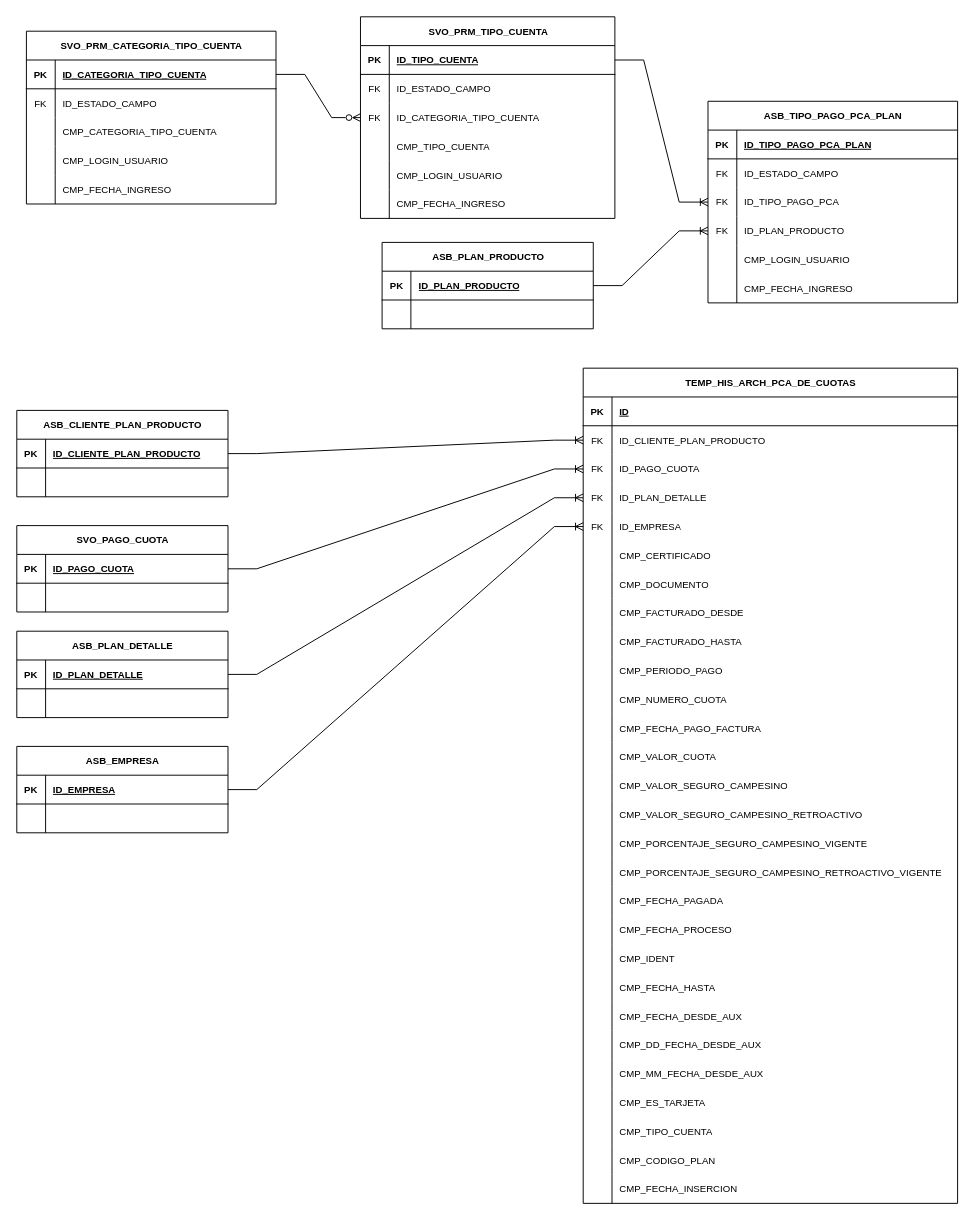
Earlier version of the draw.io diagram Diagrama_ER_PCA_Cuotas.drawio (dmateoval/Diagramas). Source tidied: cells renumbered, new cells numbered last; positions are measured from the earlier drawing's top-left corner, leaving out a move shared by most shapes. Both pictures are drawn from the tidied source at 96%, with x=0, y=0 at pixel (16, 16).
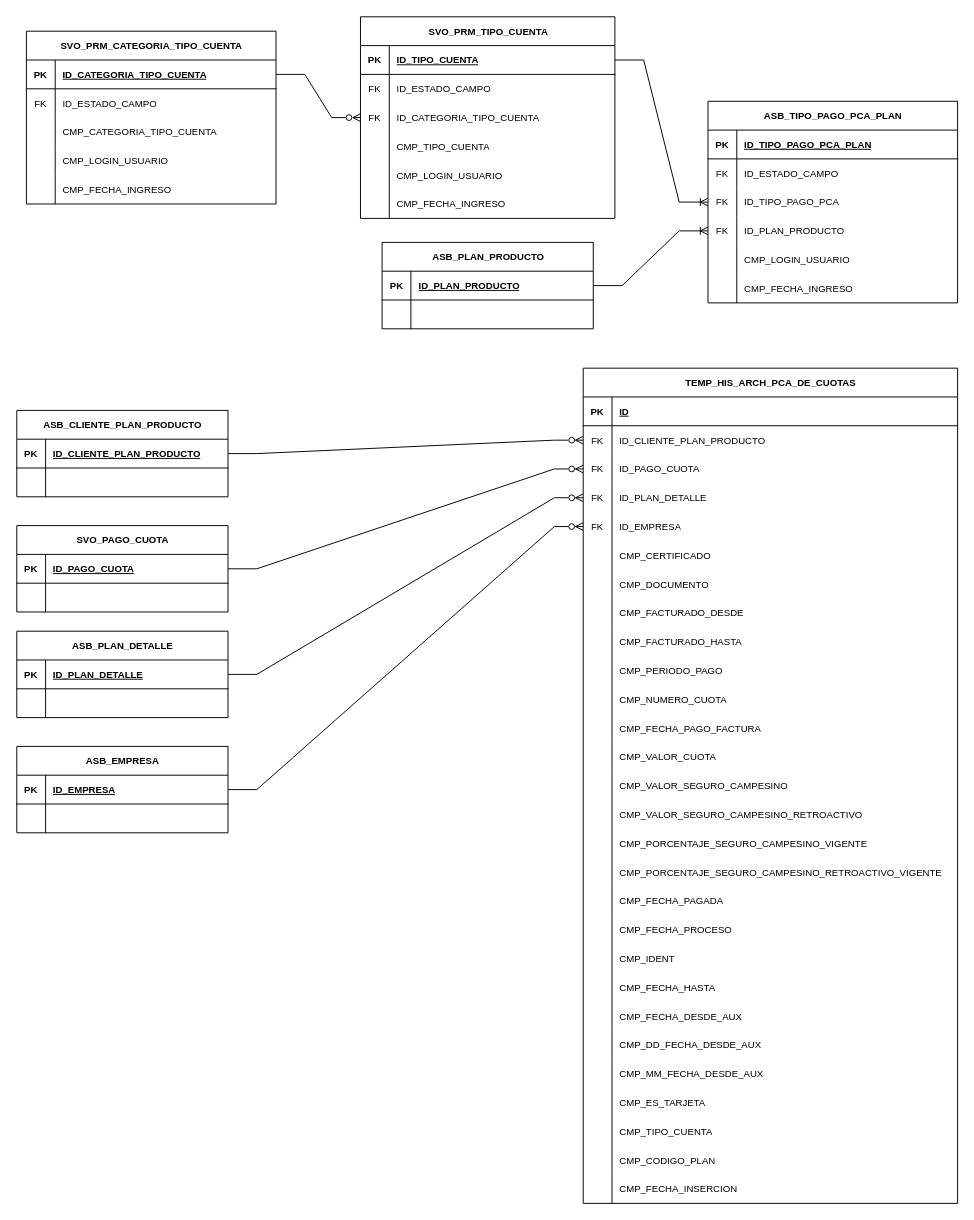
After the change.

The change refers to these unchanged cells:
```xml
<mxCell id="62" style="shape=tableRow;horizontal=0;startSize=0;swimlaneHead=0;swimlaneBody=0;fillColor=none;points=[[0,0.5],[1,0.5]];portConstraint=eastwest;top=0;left=0;right=0;bottom=0;" parent="58" vertex="1">
  <mxGeometry y="60" width="390" height="30" as="geometry" />
</mxCell>
<mxCell id="65" style="shape=tableRow;horizontal=0;startSize=0;swimlaneHead=0;swimlaneBody=0;fillColor=none;points=[[0,0.5],[1,0.5]];portConstraint=eastwest;top=0;left=0;right=0;bottom=0;" parent="58" vertex="1">
  <mxGeometry y="90" width="390" height="30" as="geometry" />
</mxCell>
<mxCell id="68" style="shape=tableRow;horizontal=0;startSize=0;swimlaneHead=0;swimlaneBody=0;fillColor=none;points=[[0,0.5],[1,0.5]];portConstraint=eastwest;top=0;left=0;right=0;bottom=0;" parent="58" vertex="1">
  <mxGeometry y="120" width="390" height="30" as="geometry" />
</mxCell>
<mxCell id="71" style="shape=tableRow;horizontal=0;startSize=0;swimlaneHead=0;swimlaneBody=0;fillColor=none;points=[[0,0.5],[1,0.5]];portConstraint=eastwest;top=0;left=0;right=0;bottom=0;" parent="58" vertex="1">
  <mxGeometry y="150" width="390" height="30" as="geometry" />
</mxCell>
<mxCell id="144" style="shape=tableRow;horizontal=0;startSize=0;swimlaneHead=0;swimlaneBody=0;fillColor=none;points=[[0,0.5],[1,0.5]];portConstraint=eastwest;top=0;left=0;right=0;bottom=1;" parent="143" vertex="1">
  <mxGeometry y="30" width="220" height="30" as="geometry" />
</mxCell>
<mxCell id="151" style="shape=tableRow;horizontal=0;startSize=0;swimlaneHead=0;swimlaneBody=0;fillColor=none;points=[[0,0.5],[1,0.5]];portConstraint=eastwest;top=0;left=0;right=0;bottom=1;" parent="150" vertex="1">
  <mxGeometry y="30" width="220" height="30" as="geometry" />
</mxCell>
<mxCell id="158" style="shape=tableRow;horizontal=0;startSize=0;swimlaneHead=0;swimlaneBody=0;fillColor=none;points=[[0,0.5],[1,0.5]];portConstraint=eastwest;top=0;left=0;right=0;bottom=1;" parent="157" vertex="1">
  <mxGeometry y="30" width="220" height="30" as="geometry" />
</mxCell>
<mxCell id="165" style="shape=tableRow;horizontal=0;startSize=0;swimlaneHead=0;swimlaneBody=0;fillColor=none;points=[[0,0.5],[1,0.5]];portConstraint=eastwest;top=0;left=0;right=0;bottom=1;" parent="164" vertex="1">
  <mxGeometry y="30" width="220" height="30" as="geometry" />
</mxCell>
```

Diff of the diagram source:
```diff
@@
-    <mxCell id="171" style="edgeStyle=entityRelationEdgeStyle;fontSize=12;html=1;endArrow=ERoneToMany;rounded=0;exitX=1;exitY=0.5;exitDx=0;exitDy=0;entryX=0;entryY=0.5;entryDx=0;entryDy=0;" parent="1" edge="1" source="144" target="62">
+    <mxCell id="171" style="edgeStyle=entityRelationEdgeStyle;fontSize=12;html=1;endArrow=ERzeroToMany;rounded=0;exitX=1;exitY=0.5;exitDx=0;exitDy=0;entryX=0;entryY=0.5;entryDx=0;entryDy=0;endFill=0;" parent="1" edge="1" source="144" target="62">
       <mxGeometry relative="1" as="geometry" />
     </mxCell>
-    <mxCell id="172" style="edgeStyle=entityRelationEdgeStyle;fontSize=12;html=1;endArrow=ERoneToMany;rounded=0;exitX=1;exitY=0.5;exitDx=0;exitDy=0;" parent="1" edge="1" source="151" target="65">
+    <mxCell id="172" style="edgeStyle=entityRelationEdgeStyle;fontSize=12;html=1;endArrow=ERzeroToMany;rounded=0;exitX=1;exitY=0.5;exitDx=0;exitDy=0;endFill=0;" parent="1" edge="1" source="151" target="65">
       <mxGeometry relative="1" as="geometry" />
     </mxCell>
-    <mxCell id="173" style="edgeStyle=entityRelationEdgeStyle;fontSize=12;html=1;endArrow=ERoneToMany;rounded=0;exitX=1;exitY=0.5;exitDx=0;exitDy=0;entryX=0;entryY=0.5;entryDx=0;entryDy=0;" parent="1" edge="1" source="158" target="68">
+    <mxCell id="173" style="edgeStyle=entityRelationEdgeStyle;fontSize=12;html=1;endArrow=ERzeroToMany;rounded=0;exitX=1;exitY=0.5;exitDx=0;exitDy=0;entryX=0;entryY=0.5;entryDx=0;entryDy=0;endFill=0;" parent="1" edge="1" source="158" target="68">
       <mxGeometry relative="1" as="geometry" />
     </mxCell>
-    <mxCell id="174" style="edgeStyle=entityRelationEdgeStyle;fontSize=12;html=1;endArrow=ERoneToMany;rounded=0;exitX=1;exitY=0.5;exitDx=0;exitDy=0;" parent="1" edge="1" source="165" target="71">
+    <mxCell id="174" style="edgeStyle=entityRelationEdgeStyle;fontSize=12;html=1;endArrow=ERzeroToMany;rounded=0;exitX=1;exitY=0.5;exitDx=0;exitDy=0;endFill=0;" parent="1" edge="1" source="165" target="71">
       <mxGeometry relative="1" as="geometry" />
     </mxCell>
```
